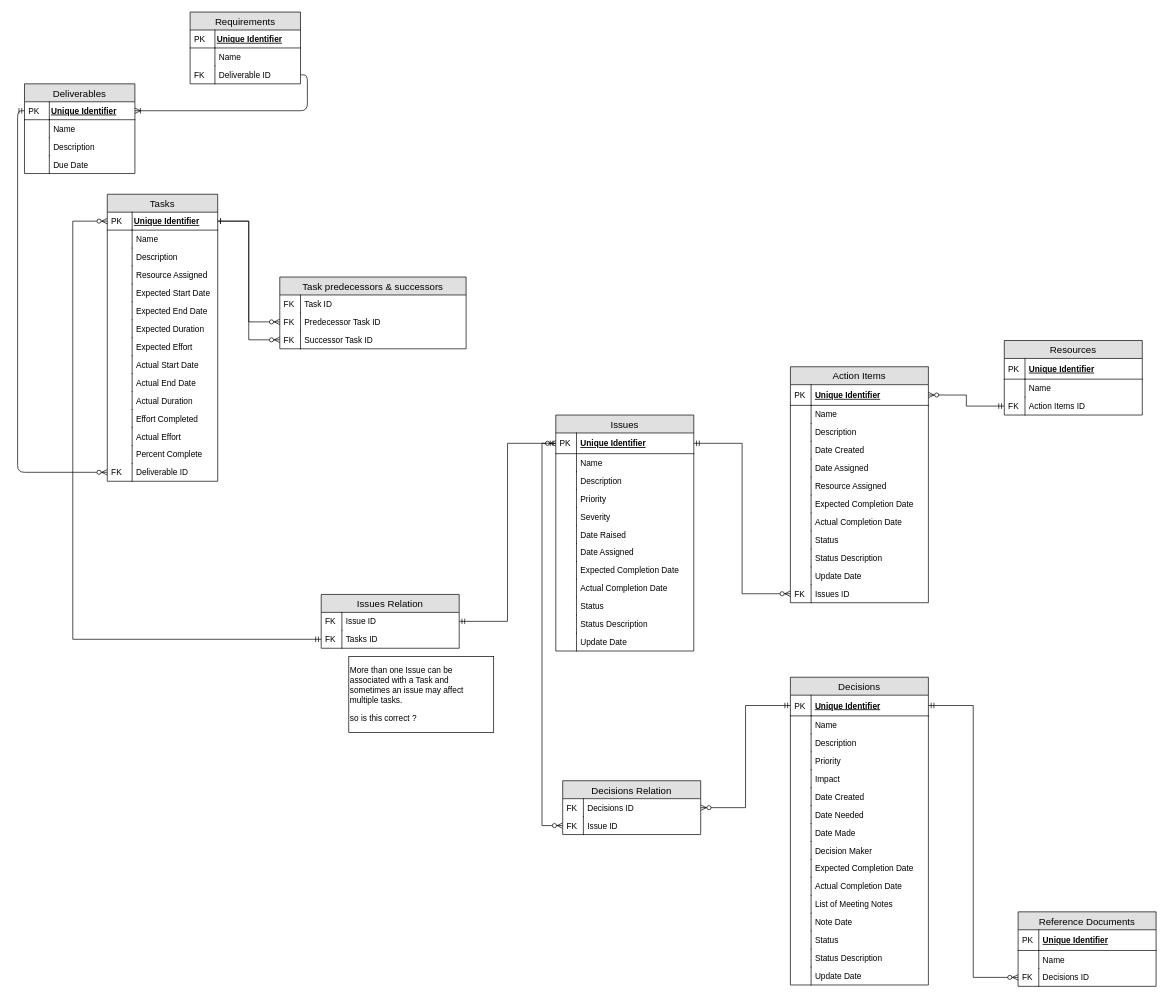
Before: ERD.drawio in alicebalayan/comp380---project3, a draw.io diagram. Source tidied: cells renumbered, new cells numbered last; positions are measured from the earlier drawing's top-left corner, leaving out a move shared by most shapes. Both pictures are drawn from the tidied source at 69%, with x=0, y=0 at pixel (24, 12).
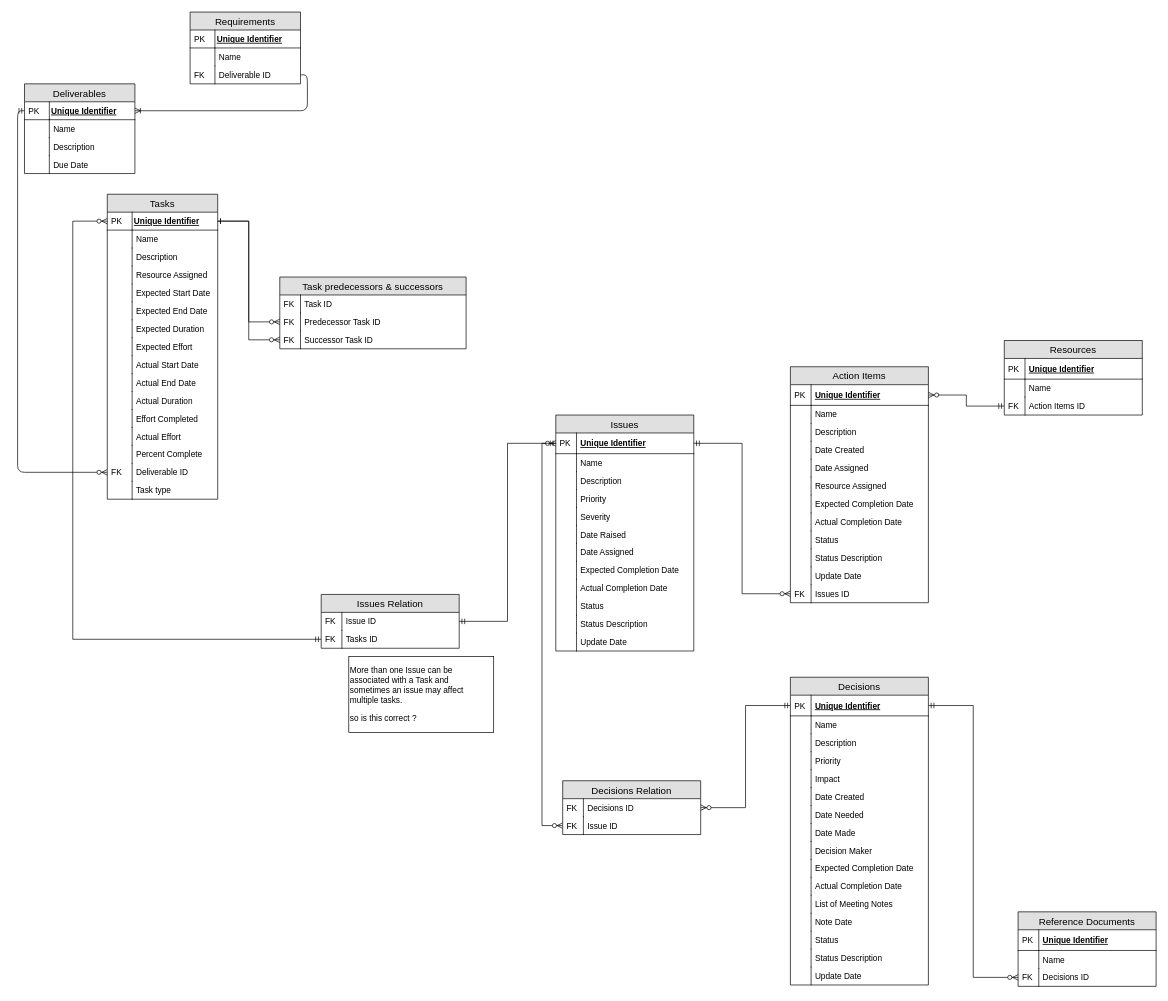
The same diagram, later.

The edit, as a diff of the source:
```diff
@@
     <mxCell id="100" value="Tasks" style="swimlane;fontStyle=0;horizontal=1;startSize=26;fontSize=14;fillColor=#e0e0e0;swimlaneFillColor=#ffffff;" parent="1" vertex="1">
-      <mxGeometry x="120" y="264" width="160" height="416" as="geometry" />
+      <mxGeometry x="120" y="264" width="160" height="442" as="geometry" />
     </mxCell>
@@
+    <mxCell id="175" value="Task type" style="shape=partialRectangle;top=0;left=0;right=0;bottom=0;align=left;verticalAlign=top;fillColor=none;spacingLeft=40;spacingRight=4;overflow=hidden;rounded=0;shadow=0;strokeWidth=1;" parent="100" vertex="1">
+      <mxGeometry y="416" width="160" height="26" as="geometry" />
+    </mxCell>
+    <mxCell id="176" style="shape=partialRectangle;top=0;left=0;bottom=0;fillColor=none;align=left;verticalAlign=top;spacingLeft=4;spacingRight=4;overflow=hidden;" parent="175" vertex="1">
+      <mxGeometry width="36" height="26" as="geometry" />
+    </mxCell>
```
